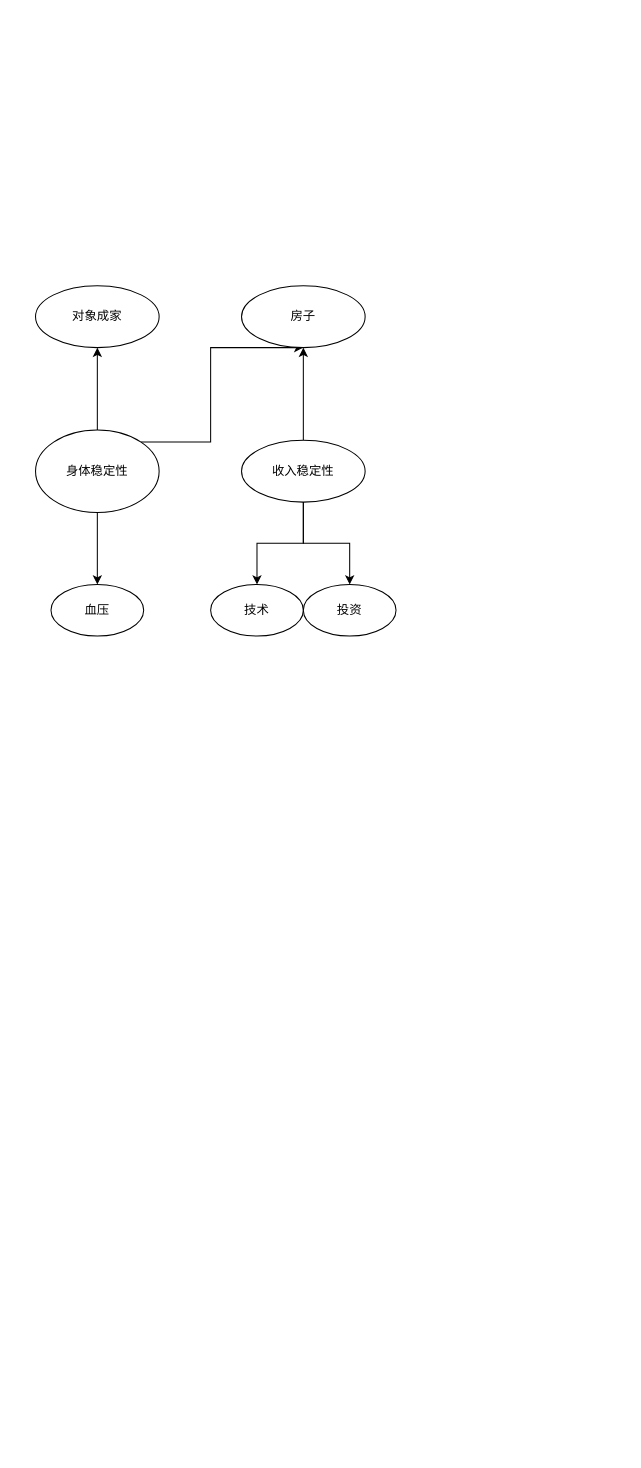
Asamiyaa/microservice-k8s-yun keeps this draw.io diagram as menus/未命名绘图.drawio. Above is the earlier version. Source tidied: cells renumbered, new cells numbered last; positions are measured from the earlier drawing's top-left corner, leaving out a move shared by most shapes. Both pictures are drawn from the tidied source at 103%, with x=0, y=0 at pixel (35, 285).
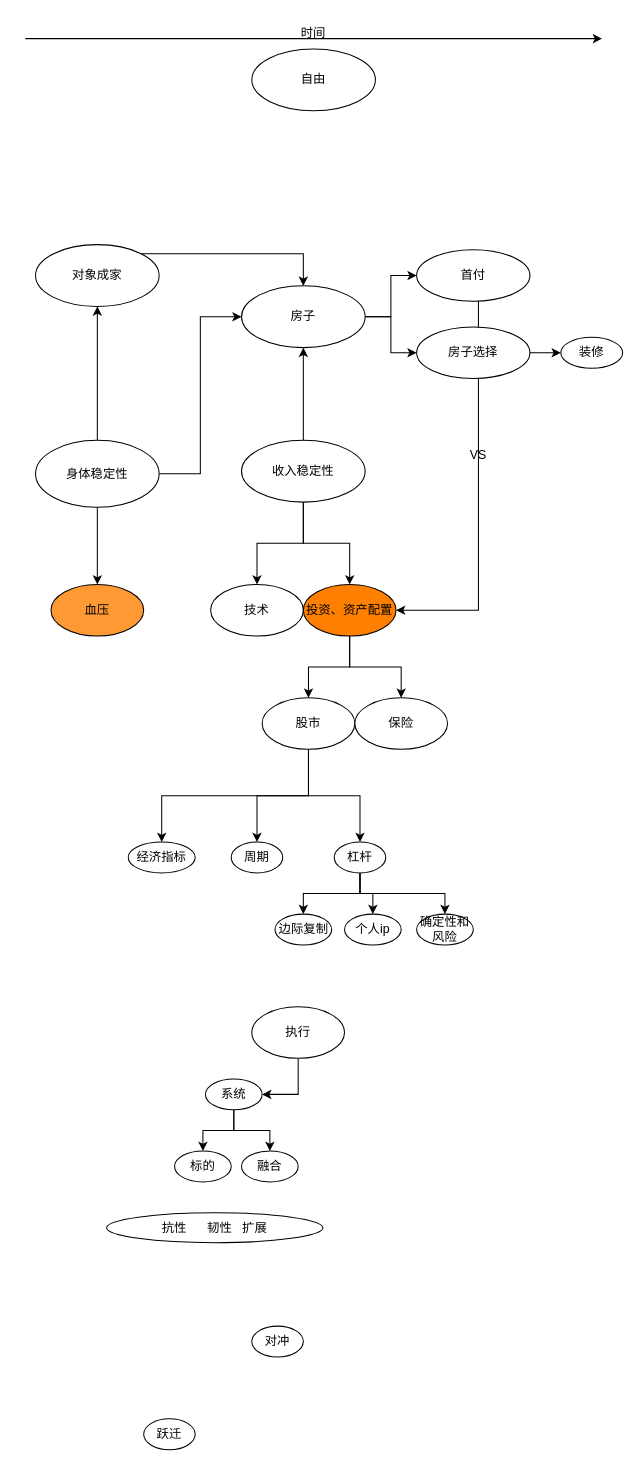
The same page after the edit.

Commit message:
更新未命名绘图.drawio

Unchanged cells that the change refers to:
```xml
<mxCell id="10" value="房子" style="ellipse;whiteSpace=wrap;html=1;" parent="1" vertex="1">
  <mxGeometry x="200" width="120" height="60" as="geometry" />
</mxCell>
```

Diff of the diagram source:
```diff
@@
+    <mxCell id="4" style="edgeStyle=orthogonalEdgeStyle;rounded=0;jettySize=auto;html=1;exitX=0.5;exitY=1;exitDx=0;exitDy=0;" parent="1" edge="1" source="5" target="12">
+      <mxGeometry relative="1" as="geometry" />
+    </mxCell>
-    <mxCell id="3" style="edgeStyle=orthogonalEdgeStyle;rounded=0;jettySize=auto;html=1;exitX=1;exitY=0;exitDx=0;exitDy=0;entryX=0.5;entryY=1;entryDx=0;entryDy=0;" parent="1" edge="1" source="5" target="10">
-      <mxGeometry relative="1" as="geometry">
-        <Array as="points">
-          <mxPoint x="170" y="152" />
-          <mxPoint x="170" y="60" />
-        </Array>
-      </mxGeometry>
+    <mxCell id="3" style="edgeStyle=orthogonalEdgeStyle;rounded=0;jettySize=auto;html=1;exitX=1;exitY=0.5;exitDx=0;exitDy=0;entryX=0;entryY=0.5;entryDx=0;entryDy=0;" parent="1" edge="1" source="5" target="10">
+      <mxGeometry relative="1" as="geometry" />
     </mxCell>
-    <mxCell id="4" style="edgeStyle=orthogonalEdgeStyle;rounded=0;jettySize=auto;html=1;exitX=0.5;exitY=1;exitDx=0;exitDy=0;" parent="1" edge="1" source="5" target="12">
-      <mxGeometry relative="1" as="geometry" />
-    </mxCell>
     <mxCell id="5" value="身体稳定性" style="ellipse;whiteSpace=wrap;html=1;" parent="1" vertex="1">
-      <mxGeometry y="140" width="120" height="80" as="geometry" />
+      <mxGeometry y="150" width="120" height="65" as="geometry" />
     </mxCell>
@@
+    <mxCell id="15" style="edgeStyle=orthogonalEdgeStyle;rounded=0;jettySize=auto;html=1;exitX=1;exitY=0.5;exitDx=0;exitDy=0;" parent="1" edge="1" source="10" target="21">
+      <mxGeometry relative="1" as="geometry" />
+    </mxCell>
+    <mxCell id="16" style="edgeStyle=orthogonalEdgeStyle;rounded=0;jettySize=auto;html=1;exitX=1;exitY=0.5;exitDx=0;exitDy=0;entryX=0;entryY=0.5;entryDx=0;entryDy=0;" parent="1" edge="1" source="10" target="23">
+      <mxGeometry relative="1" as="geometry" />
+    </mxCell>
@@
+    <mxCell id="17" style="edgeStyle=orthogonalEdgeStyle;rounded=0;jettySize=auto;html=1;exitX=1;exitY=0;exitDx=0;exitDy=0;entryX=0.5;entryY=0;entryDx=0;entryDy=0;" parent="1" edge="1" source="11" target="10">
+      <mxGeometry relative="1" as="geometry" />
+    </mxCell>
     <mxCell id="11" value="对象成家" style="ellipse;whiteSpace=wrap;html=1;" parent="1" vertex="1">
-      <mxGeometry width="120" height="60" as="geometry" />
+      <mxGeometry y="-40" width="120" height="60" as="geometry" />
     </mxCell>
-    <mxCell id="12" value="血压" style="ellipse;whiteSpace=wrap;html=1;" parent="1" vertex="1">
+    <mxCell id="12" value="血压" style="ellipse;whiteSpace=wrap;html=1;fillColor=#FF9933;" parent="1" vertex="1">
       <mxGeometry x="15" y="290" width="90" height="50" as="geometry" />
     </mxCell>
@@
+    <mxCell id="18" style="edgeStyle=orthogonalEdgeStyle;rounded=0;jettySize=auto;html=1;exitX=0.5;exitY=1;exitDx=0;exitDy=0;entryX=0.5;entryY=0;entryDx=0;entryDy=0;" parent="1" edge="1" source="14" target="31">
+      <mxGeometry relative="1" as="geometry" />
+    </mxCell>
+    <mxCell id="19" style="edgeStyle=orthogonalEdgeStyle;rounded=0;jettySize=auto;html=1;exitX=0.5;exitY=1;exitDx=0;exitDy=0;" parent="1" edge="1" source="14" target="32">
+      <mxGeometry relative="1" as="geometry" />
+    </mxCell>
-    <mxCell id="14" value="投资" style="ellipse;whiteSpace=wrap;html=1;" parent="1" vertex="1">
+    <mxCell id="14" value="投资、资产配置" style="ellipse;whiteSpace=wrap;html=1;fillColor=#FF8000;" parent="1" vertex="1">
       <mxGeometry x="260" y="290" width="90" height="50" as="geometry" />
     </mxCell>
+    <mxCell id="20" style="edgeStyle=orthogonalEdgeStyle;rounded=0;jettySize=auto;html=1;exitX=0.5;exitY=1;exitDx=0;exitDy=0;entryX=1;entryY=0.5;entryDx=0;entryDy=0;" parent="1" edge="1" source="21" target="14">
+      <mxGeometry relative="1" as="geometry">
+        <Array as="points">
+          <mxPoint x="425" y="-10" />
+          <mxPoint x="430" y="-10" />
+          <mxPoint x="430" y="315" />
+        </Array>
+      </mxGeometry>
+    </mxCell>
+    <mxCell id="21" value="首付" style="ellipse;whiteSpace=wrap;html=1;" parent="1" vertex="1">
+      <mxGeometry x="370" y="-35" width="110" height="50" as="geometry" />
+    </mxCell>
+    <mxCell id="22" style="edgeStyle=orthogonalEdgeStyle;rounded=0;jettySize=auto;html=1;exitX=1;exitY=0.5;exitDx=0;exitDy=0;" parent="1" edge="1" source="23" target="27">
+      <mxGeometry relative="1" as="geometry" />
+    </mxCell>
+    <mxCell id="23" value="房子选择" style="ellipse;whiteSpace=wrap;html=1;" parent="1" vertex="1">
+      <mxGeometry x="370" y="40" width="110" height="50" as="geometry" />
+    </mxCell>
+    <mxCell id="24" value="VS" style="text;html=1;strokeColor=none;fillColor=none;align=center;verticalAlign=middle;whiteSpace=wrap;rounded=0;" parent="1" vertex="1">
+      <mxGeometry x="400" y="150" width="60" height="30" as="geometry" />
+    </mxCell>
+    <mxCell id="25" style="endArrow=classic;html=1;rounded=0;" parent="1" edge="1">
+      <mxGeometry relative="1" as="geometry">
+        <mxPoint x="-10" y="-240" as="sourcePoint" />
+        <mxPoint x="550" y="-240" as="targetPoint" />
+      </mxGeometry>
+    </mxCell>
+    <mxCell id="26" value="时间" style="text;html=1;strokeColor=none;fillColor=none;align=center;verticalAlign=middle;whiteSpace=wrap;rounded=0;" parent="1" vertex="1">
+      <mxGeometry x="240" y="-260" width="60" height="30" as="geometry" />
+    </mxCell>
+    <mxCell id="27" value="装修" style="ellipse;whiteSpace=wrap;html=1;" parent="1" vertex="1">
+      <mxGeometry x="510" y="50" width="60" height="30" as="geometry" />
+    </mxCell>
+    <mxCell id="28" style="edgeStyle=orthogonalEdgeStyle;rounded=0;jettySize=auto;html=1;exitX=0.5;exitY=1;exitDx=0;exitDy=0;" parent="1" edge="1" source="31" target="33">
+      <mxGeometry relative="1" as="geometry" />
+    </mxCell>
+    <mxCell id="29" style="edgeStyle=orthogonalEdgeStyle;rounded=0;jettySize=auto;html=1;exitX=0.5;exitY=1;exitDx=0;exitDy=0;entryX=0.5;entryY=0;entryDx=0;entryDy=0;" parent="1" edge="1" source="31" target="37">
+      <mxGeometry relative="1" as="geometry" />
+    </mxCell>
+    <mxCell id="30" style="edgeStyle=orthogonalEdgeStyle;rounded=0;jettySize=auto;html=1;exitX=0.5;exitY=1;exitDx=0;exitDy=0;" parent="1" edge="1" source="31" target="43">
+      <mxGeometry relative="1" as="geometry" />
+    </mxCell>
+    <mxCell id="31" value="股市" style="ellipse;whiteSpace=wrap;html=1;" parent="1" vertex="1">
+      <mxGeometry x="220" y="400" width="90" height="50" as="geometry" />
+    </mxCell>
+    <mxCell id="32" value="保险" style="ellipse;whiteSpace=wrap;html=1;" parent="1" vertex="1">
+      <mxGeometry x="310" y="400" width="90" height="50" as="geometry" />
+    </mxCell>
+    <mxCell id="33" value="周期" style="ellipse;whiteSpace=wrap;html=1;" parent="1" vertex="1">
+      <mxGeometry x="190" y="540" width="50" height="30" as="geometry" />
+    </mxCell>
+    <mxCell id="34" style="edgeStyle=orthogonalEdgeStyle;rounded=0;jettySize=auto;html=1;exitX=0.5;exitY=1;exitDx=0;exitDy=0;entryX=0.5;entryY=0;entryDx=0;entryDy=0;" parent="1" edge="1" source="37" target="40">
+      <mxGeometry relative="1" as="geometry" />
+    </mxCell>
+    <mxCell id="35" style="edgeStyle=orthogonalEdgeStyle;rounded=0;jettySize=auto;html=1;exitX=0.5;exitY=1;exitDx=0;exitDy=0;" parent="1" edge="1" source="37" target="41">
+      <mxGeometry relative="1" as="geometry" />
+    </mxCell>
+    <mxCell id="36" style="edgeStyle=orthogonalEdgeStyle;rounded=0;jettySize=auto;html=1;exitX=0.5;exitY=1;exitDx=0;exitDy=0;" parent="1" edge="1" source="37" target="42">
+      <mxGeometry relative="1" as="geometry" />
+    </mxCell>
+    <mxCell id="37" value="杠杆" style="ellipse;whiteSpace=wrap;html=1;" parent="1" vertex="1">
+      <mxGeometry x="290" y="540" width="50" height="30" as="geometry" />
+    </mxCell>
+    <mxCell id="38" value="跃迁" style="ellipse;whiteSpace=wrap;html=1;" parent="1" vertex="1">
+      <mxGeometry x="105" y="1100" width="50" height="30" as="geometry" />
+    </mxCell>
+    <mxCell id="39" value="自由" style="ellipse;whiteSpace=wrap;html=1;" parent="1" vertex="1">
+      <mxGeometry x="210" y="-230" width="120" height="60" as="geometry" />
+    </mxCell>
+    <mxCell id="40" value="边际复制" style="ellipse;whiteSpace=wrap;html=1;" parent="1" vertex="1">
+      <mxGeometry x="232.5" y="610" width="55" height="30" as="geometry" />
+    </mxCell>
+    <mxCell id="41" value="个人ip" style="ellipse;whiteSpace=wrap;html=1;" parent="1" vertex="1">
+      <mxGeometry x="300" y="610" width="55" height="30" as="geometry" />
+    </mxCell>
+    <mxCell id="42" value="确定性和风险" style="ellipse;whiteSpace=wrap;html=1;" parent="1" vertex="1">
+      <mxGeometry x="370" y="610" width="55" height="30" as="geometry" />
+    </mxCell>
+    <mxCell id="43" value="经济指标" style="ellipse;whiteSpace=wrap;html=1;" parent="1" vertex="1">
+      <mxGeometry x="90" y="540" width="65" height="30" as="geometry" />
+    </mxCell>
+    <mxCell id="44" style="edgeStyle=orthogonalEdgeStyle;rounded=0;jettySize=auto;html=1;exitX=0.5;exitY=1;exitDx=0;exitDy=0;entryX=1;entryY=0.5;entryDx=0;entryDy=0;" parent="1" edge="1" source="45" target="48">
+      <mxGeometry relative="1" as="geometry" />
+    </mxCell>
+    <mxCell id="45" value="执行" style="ellipse;whiteSpace=wrap;html=1;" parent="1" vertex="1">
+      <mxGeometry x="210" y="700" width="90" height="50" as="geometry" />
+    </mxCell>
+    <mxCell id="46" style="edgeStyle=orthogonalEdgeStyle;rounded=0;jettySize=auto;html=1;exitX=0.5;exitY=1;exitDx=0;exitDy=0;" parent="1" edge="1" source="48" target="49">
+      <mxGeometry relative="1" as="geometry" />
+    </mxCell>
+    <mxCell id="47" style="edgeStyle=orthogonalEdgeStyle;rounded=0;jettySize=auto;html=1;exitX=0.5;exitY=1;exitDx=0;exitDy=0;entryX=0.5;entryY=0;entryDx=0;entryDy=0;" parent="1" edge="1" source="48" target="50">
+      <mxGeometry relative="1" as="geometry" />
+    </mxCell>
+    <mxCell id="48" value="系统" style="ellipse;whiteSpace=wrap;html=1;" parent="1" vertex="1">
+      <mxGeometry x="165" y="770" width="55" height="30" as="geometry" />
+    </mxCell>
+    <mxCell id="49" value="标的" style="ellipse;whiteSpace=wrap;html=1;" parent="1" vertex="1">
+      <mxGeometry x="135" y="840" width="55" height="30" as="geometry" />
+    </mxCell>
+    <mxCell id="50" value="融合" style="ellipse;whiteSpace=wrap;html=1;" parent="1" vertex="1">
+      <mxGeometry x="200" y="840" width="55" height="30" as="geometry" />
+    </mxCell>
+    <mxCell id="51" value="对冲" style="ellipse;whiteSpace=wrap;html=1;" parent="1" vertex="1">
+      <mxGeometry x="210" y="1010" width="50" height="30" as="geometry" />
+    </mxCell>
+    <mxCell id="52" value="抗性&amp;nbsp; &amp;nbsp; &amp;nbsp; 韧性&amp;nbsp; &amp;nbsp;扩展" style="ellipse;whiteSpace=wrap;html=1;" parent="1" vertex="1">
+      <mxGeometry x="69" y="900" width="210" height="29" as="geometry" />
+    </mxCell>
```
